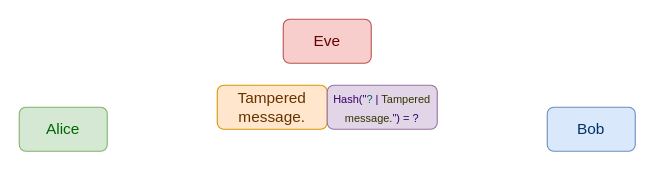
KevinTheShoe/hash-length-extension-demo keeps this draw.io diagram as page "Page-5" (5 of 5) of Hash Length Extension.drawio. Above is the earlier version. Source tidied: cells renumbered, new cells numbered last; positions are measured from the earlier drawing's top-left corner, leaving out a move shared by most shapes. Both pictures are drawn from the tidied source at 110%, with x=0, y=0 at pixel (19, 19).
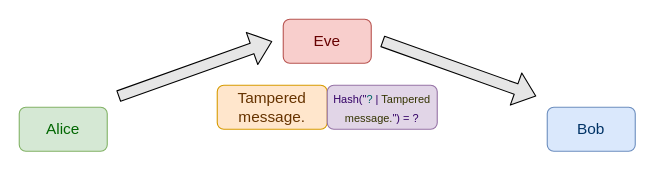
Above is the later version.

Commit message (it also covers changes not shown here):
Tweak 5.svg to make it more clear eve intercepts

Diff of the diagram source:
```diff
@@
 <mxGraphModel>
   <root>
     <mxCell id="0" />
     <mxCell id="1" parent="0" />
     <mxCell id="2" value="Alice" style="rounded=1;whiteSpace=wrap;html=1;roundedPerimeter=1;fontFamily=Carlito;fontSize=14;fillColor=#d5e8d4;strokeColor=#82b366;fontColor=#006600;" parent="1" vertex="1">
       <mxGeometry y="80" width="80" height="40" as="geometry" />
     </mxCell>
     <mxCell id="3" value="&lt;div&gt;Bob&lt;/div&gt;" style="rounded=1;whiteSpace=wrap;html=1;roundedPerimeter=1;fontFamily=Carlito;fontSize=14;fillColor=#dae8fc;strokeColor=#6c8ebf;fontColor=#003366;" parent="1" vertex="1">
       <mxGeometry x="480" y="80" width="80" height="40" as="geometry" />
     </mxCell>
     <mxCell id="4" value="Eve" style="rounded=1;whiteSpace=wrap;html=1;roundedPerimeter=1;fontFamily=Carlito;fontSize=14;fillColor=#f8cecc;strokeColor=#b85450;fontColor=#660000;" parent="1" vertex="1">
       <mxGeometry x="240" width="80" height="40" as="geometry" />
     </mxCell>
     <mxCell id="5" value="&lt;div&gt;Tampered message.&lt;/div&gt;" style="rounded=1;whiteSpace=wrap;html=1;roundedPerimeter=1;fontFamily=Carlito;fontSize=14;fillColor=#ffe6cc;strokeColor=#d79b00;fontColor=#663300;" parent="1" vertex="1">
       <mxGeometry x="180" y="60" width="100" height="40" as="geometry" />
     </mxCell>
     <mxCell id="6" value="&lt;div&gt;&lt;font style=&quot;font-size: 10px;&quot;&gt;Hash(&quot;&lt;span style=&quot;color: rgb(0, 102, 102);&quot;&gt;?&lt;/span&gt; | &lt;span style=&quot;color: rgb(51, 51, 0);&quot;&gt;Tampered message.&lt;/span&gt;&quot;) =&lt;font size=&quot;1&quot;&gt;&amp;nbsp;?&lt;/font&gt;&lt;/font&gt;&lt;/div&gt;" style="rounded=1;whiteSpace=wrap;html=1;roundedPerimeter=1;fontFamily=Carlito;fontSize=14;fillColor=#e1d5e7;strokeColor=#9673a6;fontColor=#330066;" parent="1" vertex="1">
       <mxGeometry x="280" y="60" width="100" height="40" as="geometry" />
     </mxCell>
+    <mxCell id="7" style="shape=flexArrow;endArrow=classic;html=1;rounded=1;labelPadding=0 4;labelBackgroundColor=none;fillColor=#E6E6E6;" parent="1" edge="1">
+      <mxGeometry relative="1" as="geometry">
+        <mxPoint x="90" y="70" as="sourcePoint" />
+        <mxPoint x="230" y="20" as="targetPoint" />
+      </mxGeometry>
+    </mxCell>
+    <mxCell id="8" style="shape=flexArrow;endArrow=classic;html=1;rounded=1;labelPadding=0 4;labelBackgroundColor=none;fillColor=#E6E6E6;" parent="1" edge="1">
+      <mxGeometry relative="1" as="geometry">
+        <mxPoint x="330" y="20" as="sourcePoint" />
+        <mxPoint x="470" y="70" as="targetPoint" />
+      </mxGeometry>
+    </mxCell>
   </root>
 </mxGraphModel>
```
